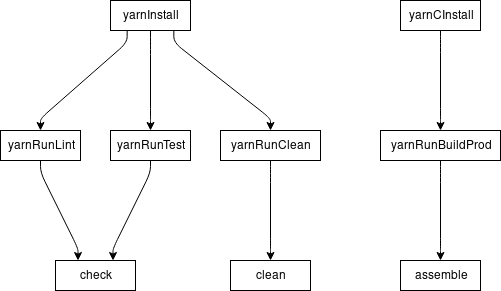
The draw.io diagram documentation/task-graph.png in eganjs/gradle-plugin-yarn, before a commit. Source tidied: cells renumbered, new cells last; positions are measured from the earlier drawing's top-left corner, leaving out a move shared by most shapes.
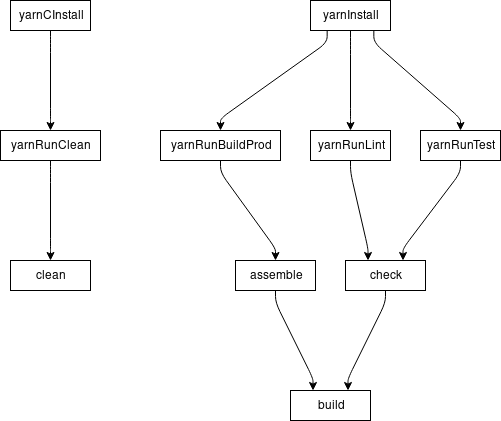
The same diagram one commit later.

Commit message:
Update task graph image (#10)

* Add source code used to generated diagram using draw.io's "insert from text" feature

What changed in the source:
```diff
@@ -2,96 +2,115 @@
   <root>
     <mxCell id="0" />
     <mxCell id="1" parent="0" />
+    <mxCell id="18" value="yarnCInstall" style="whiteSpace=wrap;html=1;" parent="1" vertex="1">
+      <mxGeometry x="10" width="80" height="30" as="geometry" />
+    </mxCell>
+    <mxCell id="3" value="yarnRunClean" style="whiteSpace=wrap;html=1;" parent="1" vertex="1">
+      <mxGeometry y="130" width="100" height="30" as="geometry" />
+    </mxCell>
+    <mxCell id="19" style="noEdgeStyle=1;orthogonal=1;" parent="1" edge="1" source="18" target="3">
+      <mxGeometry x="439" y="869" as="geometry">
+        <Array as="points">
+          <mxPoint x="50" y="42" />
+          <mxPoint x="50" y="118" />
+        </Array>
+      </mxGeometry>
+    </mxCell>
     <mxCell id="2" value="yarnInstall" style="whiteSpace=wrap;html=1;" parent="1" vertex="1">
-      <mxGeometry x="110" width="80" height="30" as="geometry" />
+      <mxGeometry x="310" width="80" height="30" as="geometry" />
     </mxCell>
-    <mxCell id="3" value="yarnRunClean" style="whiteSpace=wrap;html=1;" parent="1" vertex="1">
-      <mxGeometry x="220" y="130" width="100" height="30" as="geometry" />
-    </mxCell>
-    <mxCell id="4" style="noEdgeStyle=1;orthogonal=1;" parent="1" edge="1" source="2" target="3">
-      <mxGeometry x="20" y="20" as="geometry">
-        <Array as="points">
-          <mxPoint x="173.3" y="42" />
-          <mxPoint x="270" y="118" />
-        </Array>
-      </mxGeometry>
-    </mxCell>
     <mxCell id="5" value="yarnRunBuildProd" style="whiteSpace=wrap;html=1;" parent="1" vertex="1">
-      <mxGeometry x="380" y="130" width="120" height="30" as="geometry" />
+      <mxGeometry x="160" y="130" width="120" height="30" as="geometry" />
     </mxCell>
-    <mxCell id="6" style="noEdgeStyle=1;orthogonal=1;exitX=0.5;exitY=1;exitDx=0;exitDy=0;" parent="1" edge="1" source="18" target="5">
-      <mxGeometry x="20" y="20" as="geometry">
-        <Array as="points">
-          <mxPoint x="440" y="42" />
-          <mxPoint x="440" y="118" />
-        </Array>
-      </mxGeometry>
-    </mxCell>
+    <mxCell id="20" style="noEdgeStyle=1;orthogonal=1;" parent="1" edge="1" source="2" target="5">
+      <mxGeometry x="439" y="869" as="geometry">
+        <Array as="points">
+          <mxPoint x="326.7" y="42" />
+          <mxPoint x="220" y="118" />
+        </Array>
+      </mxGeometry>
+    </mxCell>
     <mxCell id="7" value="yarnRunLint" style="whiteSpace=wrap;html=1;" parent="1" vertex="1">
-      <mxGeometry y="130" width="80" height="30" as="geometry" />
+      <mxGeometry x="310" y="130" width="80" height="30" as="geometry" />
     </mxCell>
     <mxCell id="8" style="noEdgeStyle=1;orthogonal=1;" parent="1" edge="1" source="2" target="7">
-      <mxGeometry x="20" y="20" as="geometry">
+      <mxGeometry x="439" y="869" as="geometry">
         <Array as="points">
-          <mxPoint x="126.7" y="42" />
-          <mxPoint x="40" y="118" />
+          <mxPoint x="350" y="44" />
+          <mxPoint x="350" y="118" />
         </Array>
       </mxGeometry>
     </mxCell>
     <mxCell id="9" value="yarnRunTest" style="whiteSpace=wrap;html=1;" parent="1" vertex="1">
-      <mxGeometry x="110" y="130" width="80" height="30" as="geometry" />
+      <mxGeometry x="420" y="130" width="80" height="30" as="geometry" />
     </mxCell>
     <mxCell id="10" style="noEdgeStyle=1;orthogonal=1;" parent="1" edge="1" source="2" target="9">
-      <mxGeometry x="20" y="20" as="geometry">
+      <mxGeometry x="439" y="869" as="geometry">
         <Array as="points">
-          <mxPoint x="150" y="44" />
-          <mxPoint x="150" y="118" />
+          <mxPoint x="373.3" y="42" />
+          <mxPoint x="460" y="118" />
         </Array>
       </mxGeometry>
     </mxCell>
     <mxCell id="11" value="clean" style="whiteSpace=wrap;html=1;" parent="1" vertex="1">
-      <mxGeometry x="230" y="260" width="80" height="30" as="geometry" />
+      <mxGeometry x="10" y="260" width="80" height="30" as="geometry" />
     </mxCell>
     <mxCell id="12" style="noEdgeStyle=1;orthogonal=1;" parent="1" edge="1" source="3" target="11">
-      <mxGeometry x="20" y="20" as="geometry">
+      <mxGeometry x="439" y="869" as="geometry">
         <Array as="points">
-          <mxPoint x="270" y="172" />
-          <mxPoint x="270" y="248" />
+          <mxPoint x="50" y="172" />
+          <mxPoint x="50" y="248" />
         </Array>
       </mxGeometry>
     </mxCell>
     <mxCell id="13" value="assemble" style="whiteSpace=wrap;html=1;" parent="1" vertex="1">
-      <mxGeometry x="400" y="260" width="80" height="30" as="geometry" />
+      <mxGeometry x="235" y="260" width="80" height="30" as="geometry" />
     </mxCell>
     <mxCell id="14" style="noEdgeStyle=1;orthogonal=1;" parent="1" edge="1" source="5" target="13">
-      <mxGeometry x="20" y="20" as="geometry">
+      <mxGeometry x="439" y="869" as="geometry">
         <Array as="points">
-          <mxPoint x="440" y="172" />
-          <mxPoint x="440" y="248" />
+          <mxPoint x="220" y="172" />
+          <mxPoint x="275" y="248" />
         </Array>
       </mxGeometry>
     </mxCell>
-    <mxCell id="15" value="check" style="whiteSpace=wrap;html=1;perimeter=rectanglePerimeter;" parent="1" vertex="1">
-      <mxGeometry x="55" y="260" width="80" height="30" as="geometry" />
+    <mxCell id="15" value="check" style="whiteSpace=wrap;html=1;" parent="1" vertex="1">
+      <mxGeometry x="345" y="260" width="80" height="30" as="geometry" />
     </mxCell>
     <mxCell id="16" style="noEdgeStyle=1;orthogonal=1;" parent="1" edge="1" source="7" target="15">
-      <mxGeometry x="20" y="20" as="geometry">
+      <mxGeometry x="439" y="869" as="geometry">
         <Array as="points">
-          <mxPoint x="40" y="172" />
-          <mxPoint x="77.5" y="248" />
+          <mxPoint x="350" y="172" />
+          <mxPoint x="367.5" y="248" />
         </Array>
       </mxGeometry>
     </mxCell>
     <mxCell id="17" style="noEdgeStyle=1;orthogonal=1;" parent="1" edge="1" source="9" target="15">
-      <mxGeometry x="20" y="20" as="geometry">
+      <mxGeometry x="439" y="869" as="geometry">
         <Array as="points">
-          <mxPoint x="150" y="172" />
-          <mxPoint x="112.5" y="248" />
+          <mxPoint x="460" y="172" />
+          <mxPoint x="402.5" y="248" />
         </Array>
       </mxGeometry>
     </mxCell>
-    <mxCell id="18" value="&lt;div&gt;yarnCInstall&lt;/div&gt;" style="whiteSpace=wrap;html=1;" parent="1" vertex="1">
-      <mxGeometry x="400" width="80" height="30" as="geometry" />
-    </mxCell>
+    <mxCell id="21" value="build" style="whiteSpace=wrap;html=1;" parent="1" vertex="1">
+      <mxGeometry x="290" y="390" width="80" height="30" as="geometry" />
+    </mxCell>
+    <mxCell id="22" style="noEdgeStyle=1;orthogonal=1;" parent="1" edge="1" source="15" target="21">
+      <mxGeometry x="439" y="869" as="geometry">
+        <Array as="points">
+          <mxPoint x="385" y="302" />
+          <mxPoint x="347.5" y="378" />
+        </Array>
+      </mxGeometry>
+    </mxCell>
+    <mxCell id="23" style="noEdgeStyle=1;orthogonal=1;" parent="1" edge="1" source="13" target="21">
+      <mxGeometry x="439" y="869" as="geometry">
+        <Array as="points">
+          <mxPoint x="275" y="302" />
+          <mxPoint x="312.5" y="378" />
+        </Array>
+      </mxGeometry>
+    </mxCell>
   </root>
 </mxGraphModel>
```
